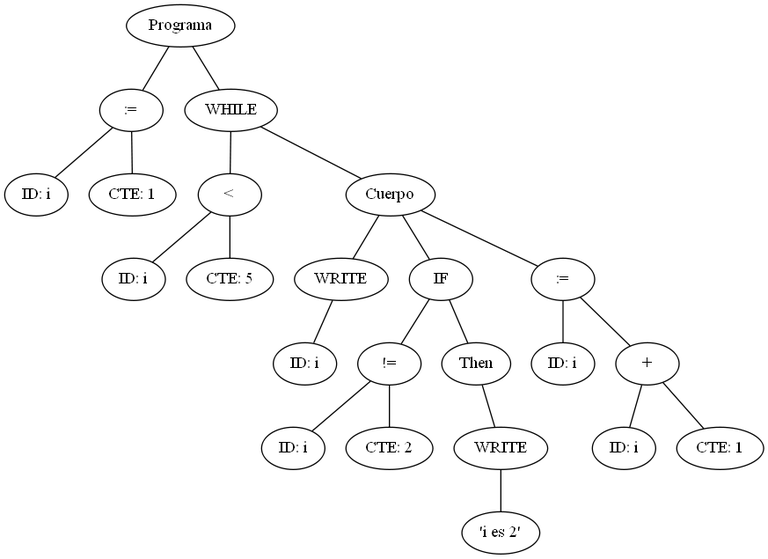
Earlier version of the Graphviz export AnalizadorLexico/arbol.png (JosueGaticaOdato/Integrador-TEOI). Its source is kept beside it as AnalizadorLexico/arbol.dot.
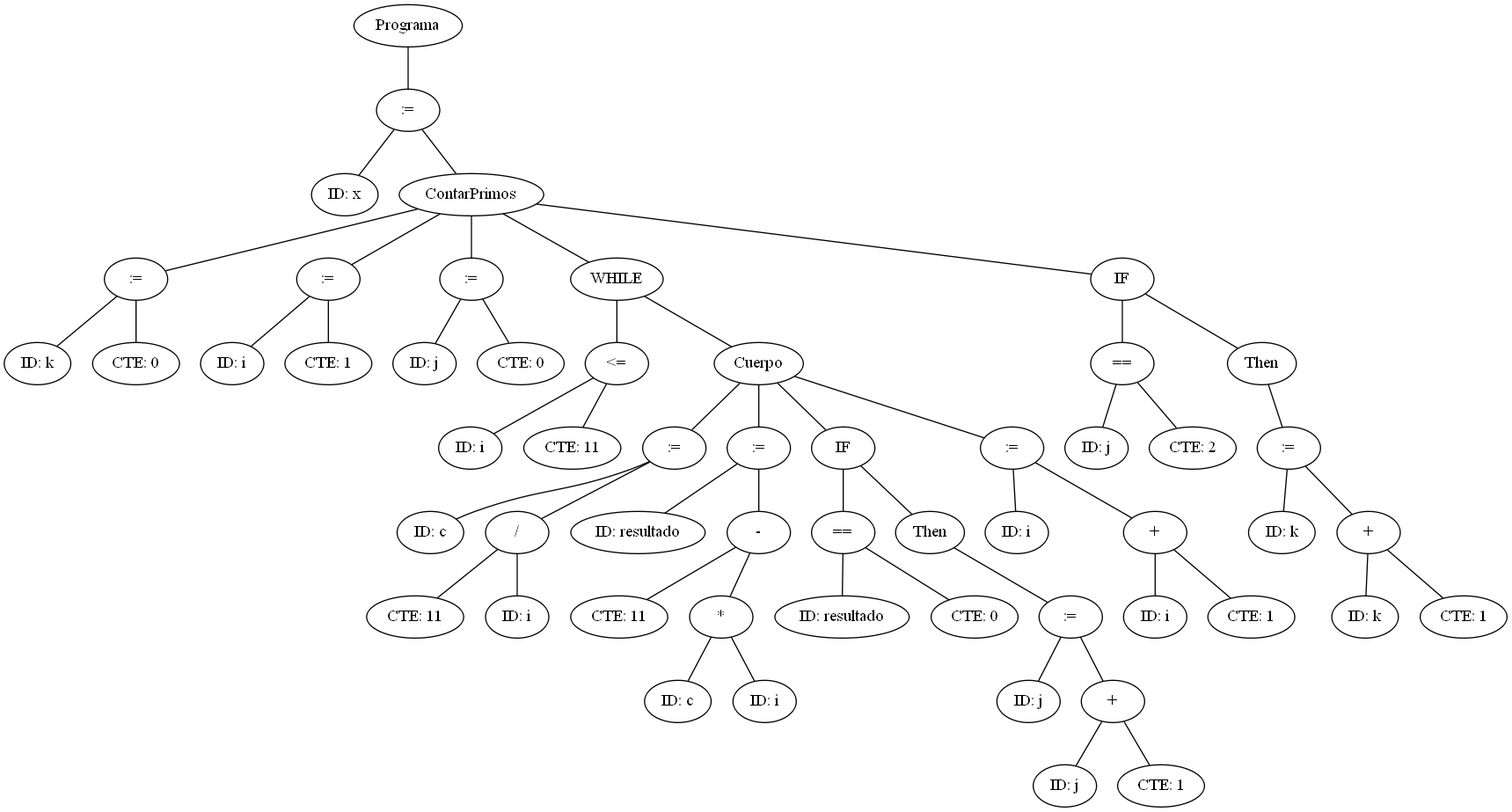
After the change.

Commit message:
Estructura para trabajar -contarprimos-

What changed in the source:
```diff
@@ -1,46 +1,110 @@
 graph G {nodo_programa [label="Programa"]
-nodo_824951450 [label=":="]
-nodo_programa -- nodo_824951450
-nodo_1803295957 [label="ID: i"]
-nodo_824951450 -- nodo_1803295957
-nodo_200810458 [label="CTE: 1"]
-nodo_824951450 -- nodo_200810458
-nodo_1858424890 [label="WHILE"]
-nodo_programa -- nodo_1858424890
-nodo_1714331644 [label="<"]
-nodo_1858424890 -- nodo_1714331644
-nodo_1841278296 [label="ID: i"]
-nodo_1714331644 -- nodo_1841278296
-nodo_653425146 [label="CTE: 5"]
-nodo_1714331644 -- nodo_653425146
-nodo_1651681694 [label="Cuerpo"]
-nodo_1858424890 -- nodo_1651681694
-nodo_1882262355 [label="WRITE"]
-nodo_1651681694 -- nodo_1882262355
-nodo_1626647904 [label="ID: i"]
-nodo_1882262355 -- nodo_1626647904
-nodo_1442587949 [label="IF"]
-nodo_1651681694 -- nodo_1442587949
-nodo_573921365 [label="!="]
-nodo_1442587949 -- nodo_573921365
-nodo_1512482003 [label="ID: i"]
-nodo_573921365 -- nodo_1512482003
-nodo_536649050 [label="CTE: 2"]
-nodo_573921365 -- nodo_536649050
-nodo_723322565 [label="Then"]
-nodo_1442587949 -- nodo_723322565
-nodo_593626115 [label="WRITE"]
-nodo_723322565 -- nodo_593626115
-nodo_1275931776 [label="'i es 2'"]
-nodo_593626115 -- nodo_1275931776
-nodo_937455126 [label=":="]
-nodo_1651681694 -- nodo_937455126
-nodo_1946709249 [label="ID: i"]
-nodo_937455126 -- nodo_1946709249
-nodo_1207512479 [label="+"]
-nodo_937455126 -- nodo_1207512479
-nodo_1647665356 [label="ID: i"]
-nodo_1207512479 -- nodo_1647665356
-nodo_1452356162 [label="CTE: 1"]
-nodo_1207512479 -- nodo_1452356162
+nodo_698159308 [label=":="]
+nodo_programa -- nodo_698159308
+nodo_1333471679 [label="ID: x"]
+nodo_698159308 -- nodo_1333471679
+nodo_1742463696 [label="ContarPrimos"]
+nodo_698159308 -- nodo_1742463696
+nodo_210239337 [label=":="]
+nodo_1742463696 -- nodo_210239337
+nodo_739427550 [label="ID: k"]
+nodo_210239337 -- nodo_739427550
+nodo_976369202 [label="CTE: 0"]
+nodo_210239337 -- nodo_976369202
+nodo_46632646 [label=":="]
+nodo_1742463696 -- nodo_46632646
+nodo_831018304 [label="ID: i"]
+nodo_46632646 -- nodo_831018304
+nodo_193348507 [label="CTE: 1"]
+nodo_46632646 -- nodo_193348507
+nodo_539916159 [label=":="]
+nodo_1742463696 -- nodo_539916159
+nodo_505506818 [label="ID: j"]
+nodo_539916159 -- nodo_505506818
+nodo_1844451539 [label="CTE: 0"]
+nodo_539916159 -- nodo_1844451539
+nodo_1423115373 [label="WHILE"]
+nodo_1742463696 -- nodo_1423115373
+nodo_127210503 [label="<="]
+nodo_1423115373 -- nodo_127210503
+nodo_314653067 [label="ID: i"]
+nodo_127210503 -- nodo_314653067
+nodo_2140839296 [label="CTE: 11"]
+nodo_127210503 -- nodo_2140839296
+nodo_866524786 [label="Cuerpo"]
+nodo_1423115373 -- nodo_866524786
+nodo_482083117 [label=":="]
+nodo_866524786 -- nodo_482083117
+nodo_120221264 [label="ID: c"]
+nodo_482083117 -- nodo_120221264
+nodo_746034600 [label="/"]
+nodo_482083117 -- nodo_746034600
+nodo_790715354 [label="CTE: 11"]
+nodo_746034600 -- nodo_790715354
+nodo_1399362170 [label="ID: i"]
+nodo_746034600 -- nodo_1399362170
+nodo_132394665 [label=":="]
+nodo_866524786 -- nodo_132394665
+nodo_388903208 [label="ID: resultado"]
+nodo_132394665 -- nodo_388903208
+nodo_846485404 [label="-"]
+nodo_132394665 -- nodo_846485404
+nodo_630778090 [label="CTE: 11"]
+nodo_846485404 -- nodo_630778090
+nodo_61807510 [label="*"]
+nodo_846485404 -- nodo_61807510
+nodo_1710153146 [label="ID: c"]
+nodo_61807510 -- nodo_1710153146
+nodo_1974906412 [label="ID: i"]
+nodo_61807510 -- nodo_1974906412
+nodo_395040712 [label="IF"]
+nodo_866524786 -- nodo_395040712
+nodo_1812139268 [label="=="]
+nodo_395040712 -- nodo_1812139268
+nodo_2131959347 [label="ID: resultado"]
+nodo_1812139268 -- nodo_2131959347
+nodo_1066666035 [label="CTE: 0"]
+nodo_1812139268 -- nodo_1066666035
+nodo_1994964382 [label="Then"]
+nodo_395040712 -- nodo_1994964382
+nodo_41411946 [label=":="]
+nodo_1994964382 -- nodo_41411946
+nodo_1710391697 [label="ID: j"]
+nodo_41411946 -- nodo_1710391697
+nodo_2050541708 [label="+"]
+nodo_41411946 -- nodo_2050541708
+nodo_1234144792 [label="ID: j"]
+nodo_2050541708 -- nodo_1234144792
+nodo_1953398518 [label="CTE: 1"]
+nodo_2050541708 -- nodo_1953398518
+nodo_90277859 [label=":="]
+nodo_866524786 -- nodo_90277859
+nodo_966869867 [label="ID: i"]
+nodo_90277859 -- nodo_966869867
+nodo_216790281 [label="+"]
+nodo_90277859 -- nodo_216790281
+nodo_192263084 [label="ID: i"]
+nodo_216790281 -- nodo_192263084
+nodo_44196798 [label="CTE: 1"]
+nodo_216790281 -- nodo_44196798
+nodo_824951450 [label="IF"]
+nodo_1742463696 -- nodo_824951450
+nodo_1656437259 [label="=="]
+nodo_824951450 -- nodo_1656437259
+nodo_1148525859 [label="ID: j"]
+nodo_1656437259 -- nodo_1148525859
+nodo_1440426368 [label="CTE: 2"]
+nodo_1656437259 -- nodo_1440426368
+nodo_982195891 [label="Then"]
+nodo_824951450 -- nodo_982195891
+nodo_31129739 [label=":="]
+nodo_982195891 -- nodo_31129739
+nodo_1831569814 [label="ID: k"]
+nodo_31129739 -- nodo_1831569814
+nodo_1638935194 [label="+"]
+nodo_31129739 -- nodo_1638935194
+nodo_53268121 [label="ID: k"]
+nodo_1638935194 -- nodo_53268121
+nodo_1521109295 [label="CTE: 1"]
+nodo_1638935194 -- nodo_1521109295
 }
```
